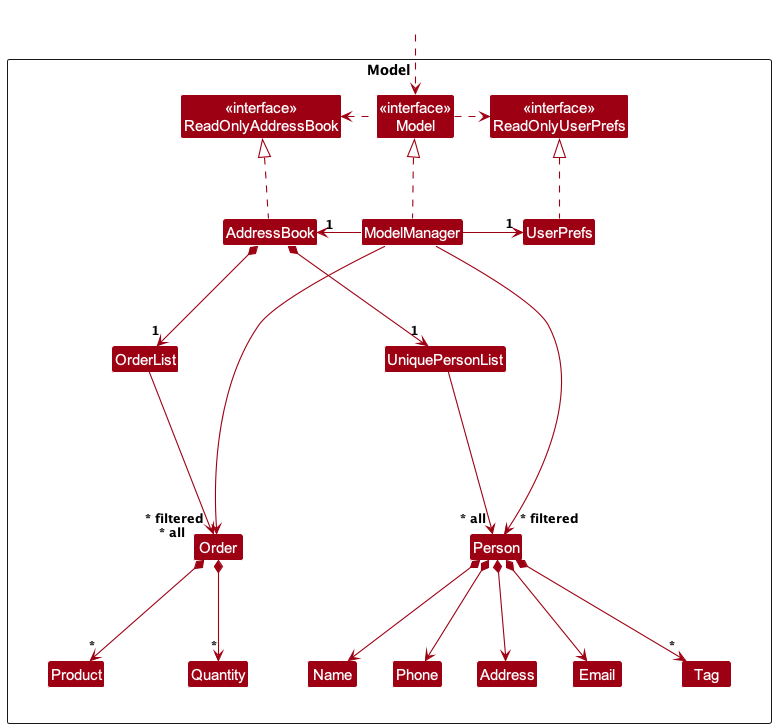
This is docs/images/ModelClassDiagram.png from bertrandong/tp, a PlantUML export, as it was before one commit.
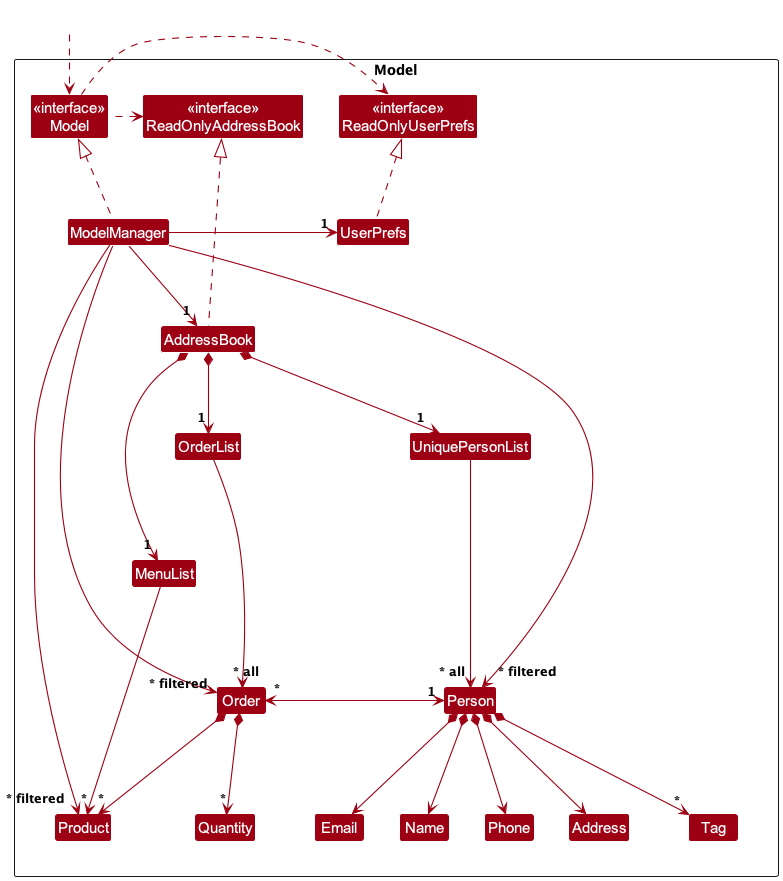
After the commit.

What changed in the source:
```diff
@@ -25,6 +25,8 @@
 Class Product
 Class Quantity
 
+Class MenuList
+
 Class I #FFFFFF
 }
 
@@ -36,7 +38,7 @@
 ModelManager .up.|> Model
 Model .right.> ReadOnlyUserPrefs
 Model .left.> ReadOnlyAddressBook
-ModelManager -left-> "1" AddressBook
+ModelManager --> "1" AddressBook
 ModelManager -right-> "1" UserPrefs
 UserPrefs .up.|> ReadOnlyUserPrefs
 
@@ -47,11 +49,15 @@
 Person *--> Email
 Person *--> Address
 Person *--> "*" Tag
+Person "1" <-left-> "*" Order
 
 AddressBook *--> "1" OrderList
 OrderList --> "~* all" Order
 Order *--> "*" Product
 Order *--> "*" Quantity
+
+AddressBook *--> "1" MenuList
+MenuList --> "~*" Product
 
 Person -[hidden]up--> I
 UniquePersonList -[hidden]right-> I
@@ -67,4 +73,5 @@
 
 ModelManager --> "~* filtered" Person
 ModelManager --> "~* filtered" Order
+ModelManager --> "~* filtered" Product
 @enduml
```
